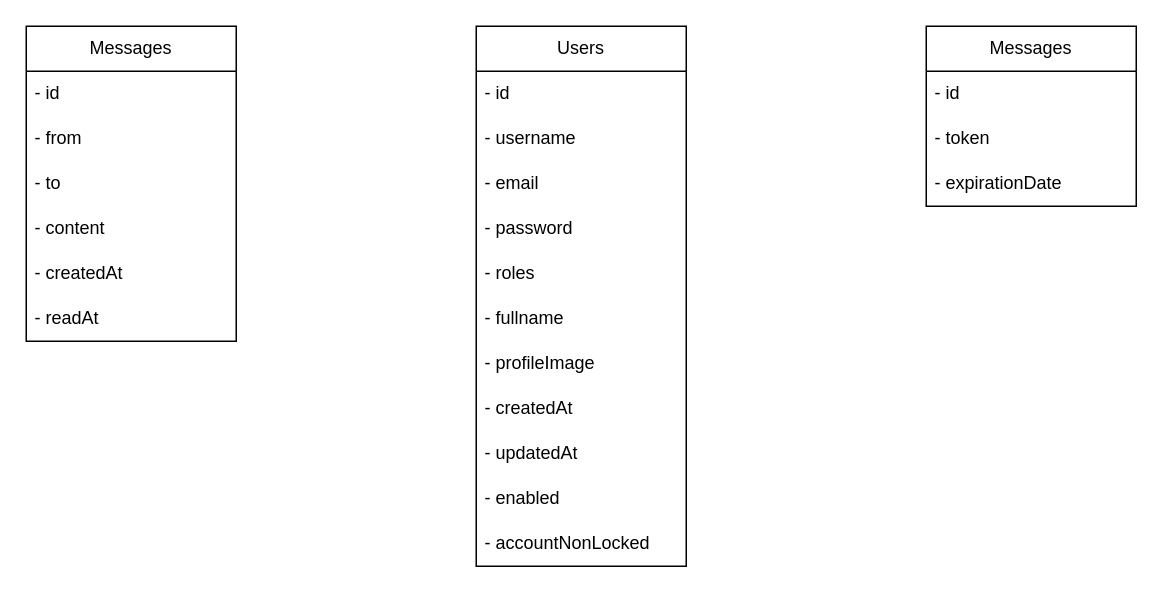
The draw.io diagram modelisation/Tables.drawio in NyHasintsoa/Spring-JWT-User-Auth, before the edit. Source tidied: cells renumbered, new cells numbered last; positions are measured from the earlier drawing's top-left corner, leaving out a move shared by most shapes. Both pictures are drawn from the tidied source at 150%, with x=0, y=0 at pixel (26, 26).
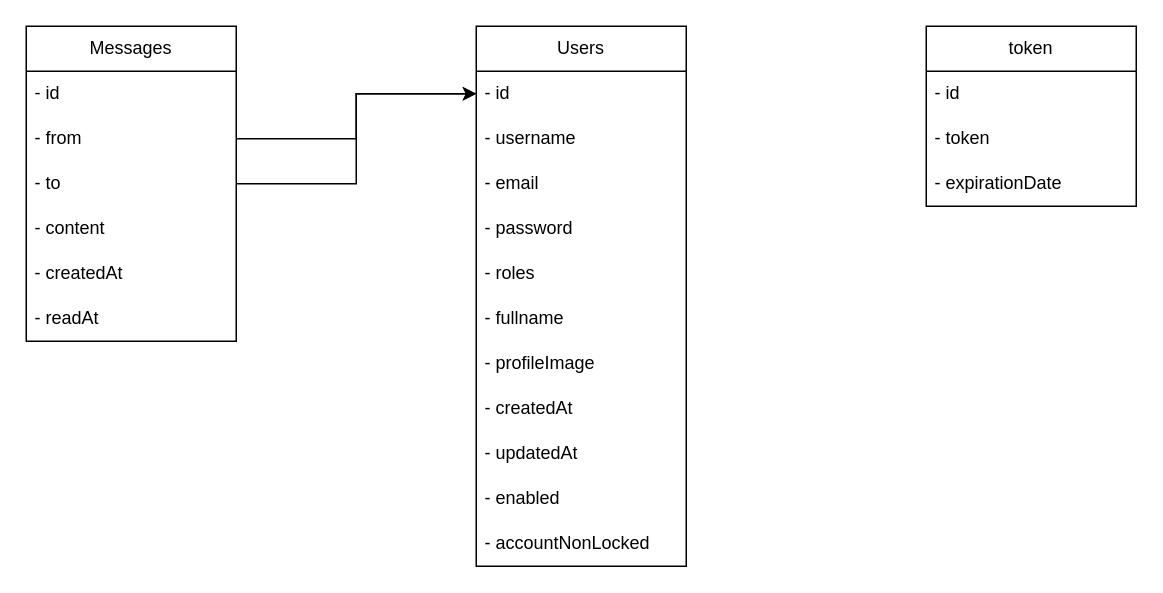
Above is the later version.

The change refers to these unchanged cells:
```xml
<mxCell id="4" value="- from" style="text;strokeColor=none;fillColor=none;align=left;verticalAlign=middle;spacingLeft=4;spacingRight=4;overflow=hidden;points=[[0,0.5],[1,0.5]];portConstraint=eastwest;whiteSpace=wrap;html=1;" parent="2" vertex="1">
  <mxGeometry y="60" width="140" height="30" as="geometry" />
</mxCell>
<mxCell id="5" value="- to" style="text;strokeColor=none;fillColor=none;align=left;verticalAlign=middle;spacingLeft=4;spacingRight=4;overflow=hidden;points=[[0,0.5],[1,0.5]];portConstraint=eastwest;whiteSpace=wrap;html=1;" parent="2" vertex="1">
  <mxGeometry y="90" width="140" height="30" as="geometry" />
</mxCell>
<mxCell id="10" value="- id" style="text;strokeColor=none;fillColor=none;align=left;verticalAlign=middle;spacingLeft=4;spacingRight=4;overflow=hidden;points=[[0,0.5],[1,0.5]];portConstraint=eastwest;whiteSpace=wrap;html=1;" parent="9" vertex="1">
  <mxGeometry y="30" width="140" height="30" as="geometry" />
</mxCell>
```

The edit, as a diff of the source:
```diff
@@
-    <mxCell id="21" value="Messages" style="swimlane;fontStyle=0;horizontal=1;startSize=30;whiteSpace=wrap;html=1;" parent="1" vertex="1">
+    <mxCell id="21" value="token" style="swimlane;fontStyle=0;horizontal=1;startSize=30;whiteSpace=wrap;html=1;" parent="1" vertex="1">
       <mxGeometry x="600" width="140" height="120" as="geometry" />
     </mxCell>
@@
+    <mxCell id="25" style="edgeStyle=orthogonalEdgeStyle;rounded=0;jettySize=auto;html=1;entryX=0;entryY=0.5;entryDx=0;entryDy=0;" parent="1" edge="1" source="4" target="10">
+      <mxGeometry relative="1" as="geometry" />
+    </mxCell>
+    <mxCell id="26" style="edgeStyle=orthogonalEdgeStyle;rounded=0;jettySize=auto;html=1;entryX=0;entryY=0.5;entryDx=0;entryDy=0;" parent="1" edge="1" source="5" target="10">
+      <mxGeometry relative="1" as="geometry" />
+    </mxCell>
```
